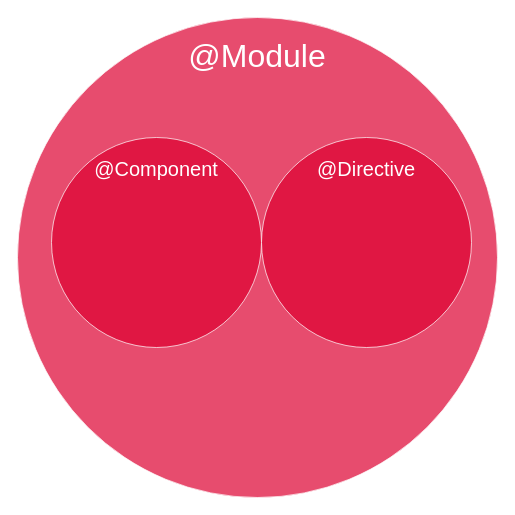
The draw.io diagram page "Angular" (4 of 5) of TypeScript.drawio in gjungb/Zeichnungen, before the edit. Source tidied: cells renumbered, new cells numbered last; positions are measured from the earlier drawing's top-left corner, leaving out a move shared by most shapes. Both pictures are drawn from the tidied source at 100%, with x=0, y=0 at pixel (17, 17).
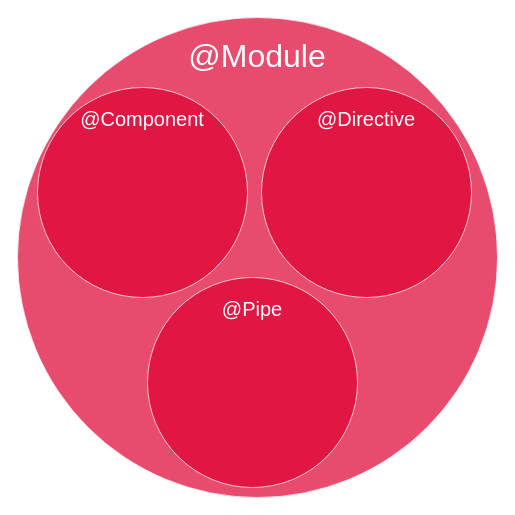
The same diagram, later.

What changed in the source:
```diff
@@
 <mxGraphModel>
   <root>
     <mxCell id="0" />
     <mxCell id="1" parent="0" />
     <mxCell id="2" value="@Module" style="ellipse;whiteSpace=wrap;html=1;fillColor=#DD0031;fontSize=32;fontColor=#FFFFFF;align=center;fontFamily=Fira Code;spacingRight=0;verticalAlign=top;spacing=15;strokeColor=#FFFFFF;opacity=70;" parent="1" vertex="1">
       <mxGeometry width="480" height="480" as="geometry" />
     </mxCell>
     <mxCell id="3" value="@Component" style="ellipse;whiteSpace=wrap;html=1;fillColor=#DD0031;fontSize=20;fontColor=#FFFFFF;align=center;fontFamily=Fira Code;spacingRight=0;verticalAlign=top;spacing=15;strokeColor=#FFFFFF;opacity=70;" parent="1" vertex="1">
-      <mxGeometry x="34" y="120" width="210" height="210" as="geometry" />
+      <mxGeometry x="20" y="70" width="210" height="210" as="geometry" />
     </mxCell>
     <mxCell id="4" value="@Directive" style="ellipse;whiteSpace=wrap;html=1;fillColor=#DD0031;fontSize=20;fontColor=#FFFFFF;align=center;fontFamily=Fira Code;spacingRight=0;verticalAlign=top;spacing=15;strokeColor=#FFFFFF;opacity=70;" parent="1" vertex="1">
-      <mxGeometry x="244" y="120" width="210" height="210" as="geometry" />
+      <mxGeometry x="244" y="70" width="210" height="210" as="geometry" />
     </mxCell>
+    <mxCell id="5" value="@Pipe" style="ellipse;whiteSpace=wrap;html=1;fillColor=#DD0031;fontSize=20;fontColor=#FFFFFF;align=center;fontFamily=Fira Code;spacingRight=0;verticalAlign=top;spacing=15;strokeColor=#FFFFFF;opacity=70;" parent="1" vertex="1">
+      <mxGeometry x="130" y="260" width="210" height="210" as="geometry" />
+    </mxCell>
   </root>
 </mxGraphModel>
```
